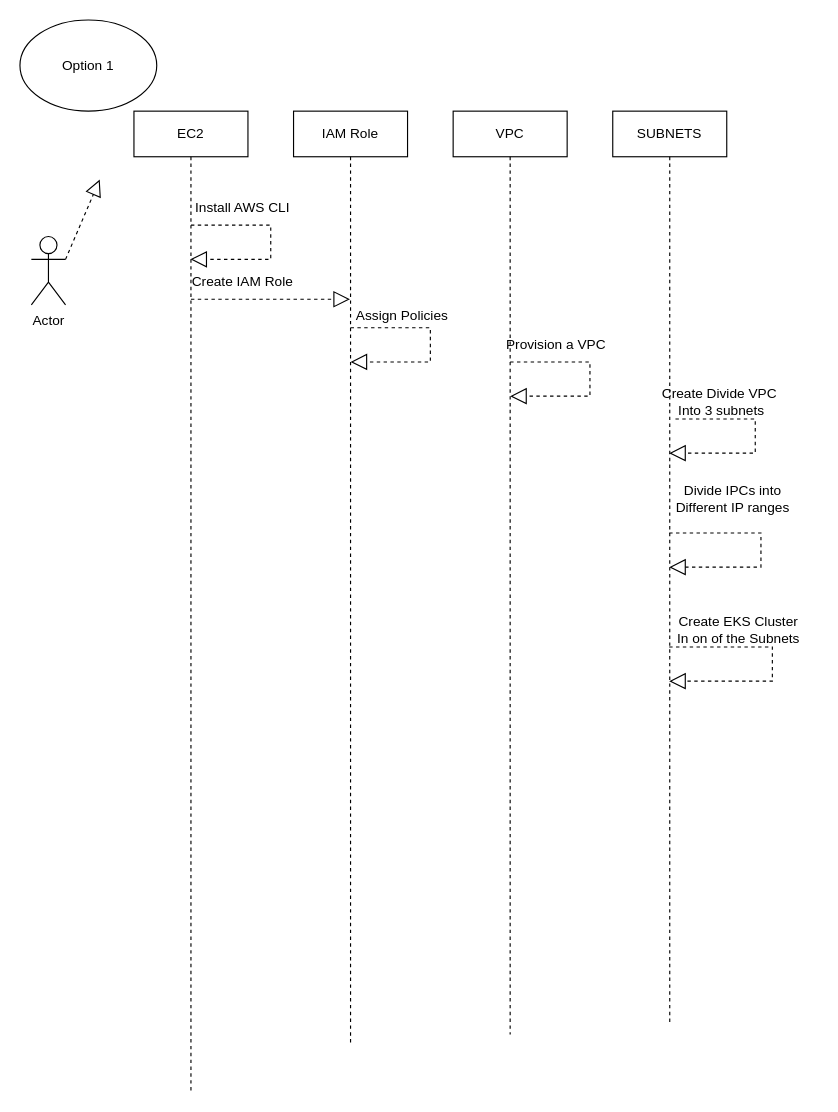
Earlier version of the draw.io diagram EKS001.drawio (ffjabbari/DRAW-IO). Source tidied: cells renumbered, new cells numbered last; positions are measured from the earlier drawing's top-left corner, leaving out a move shared by most shapes. Both pictures are drawn from the tidied source at 114%, with x=0, y=0 at pixel (19, 19).
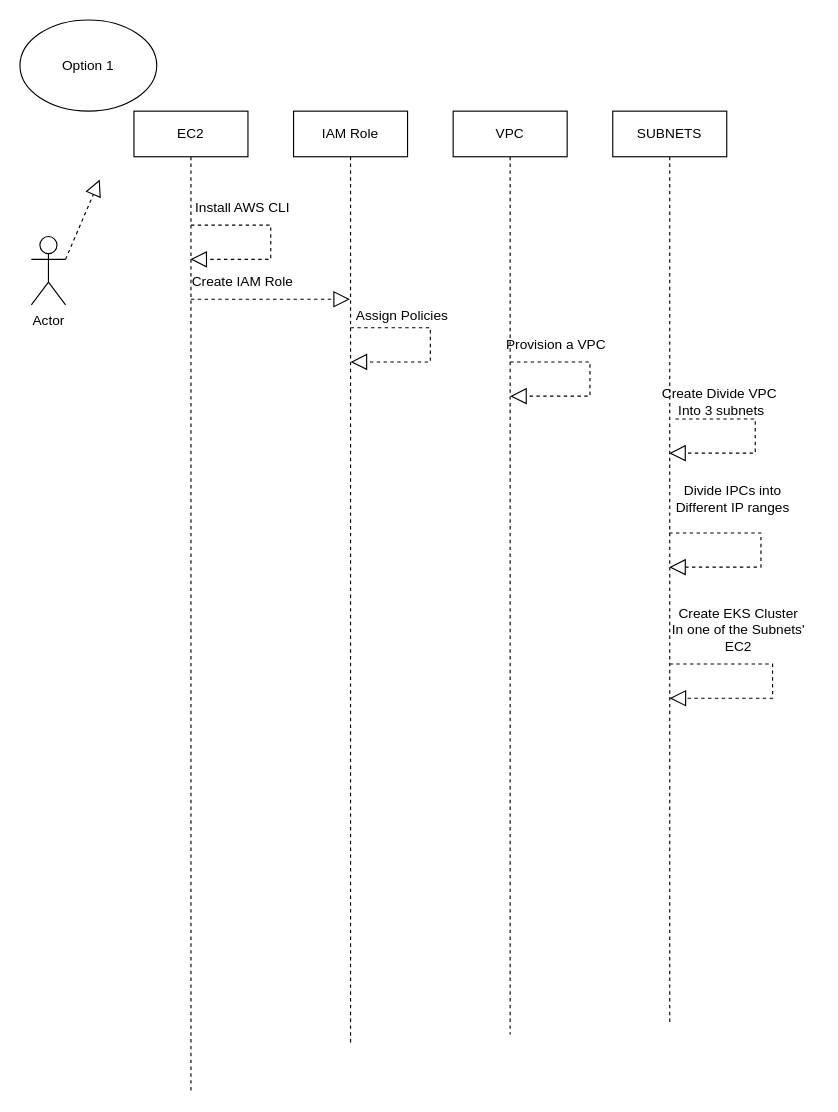
After the change.

Unchanged cells that the change refers to:
```xml
<mxCell id="7" value="SUBNETS" style="shape=umlLifeline;perimeter=lifelinePerimeter;whiteSpace=wrap;html=1;outlineConnect=0;portConstraint=eastwest;newEdgeStyle={&quot;curved&quot;:0,&quot;rounded&quot;:0};" parent="1" vertex="1">
  <mxGeometry x="520" y="80" width="100" height="800" as="geometry" />
</mxCell>
```

The edit, as a diff of the source:
```diff
@@
-    <mxCell id="20" style="endArrow=block;dashed=1;endFill=0;endSize=12;html=1;rounded=0;" parent="1" edge="1" source="7" target="7">
+    <mxCell id="20" style="endArrow=block;dashed=1;endFill=0;endSize=12;html=1;rounded=0;" parent="1" edge="1">
       <mxGeometry relative="1" as="geometry">
+        <mxPoint x="569.8" y="565" as="sourcePoint" />
+        <mxPoint x="569.8" y="595" as="targetPoint" />
         <Array as="points">
-          <mxPoint x="660" y="550" />
-          <mxPoint x="660" y="580" />
+          <mxPoint x="660.2" y="565" />
+          <mxPoint x="660.2" y="595" />
         </Array>
       </mxGeometry>
     </mxCell>
-    <mxCell id="21" value="Create EKS Cluster&lt;br&gt;In on of the Subnets" style="text;html=1;align=center;verticalAlign=middle;strokeColor=none;fillColor=none;" parent="1" vertex="1">
-      <mxGeometry x="565" y="515" width="130" height="40" as="geometry" />
+    <mxCell id="21" value="Create EKS Cluster&lt;br&gt;In one of the Subnets'&lt;br&gt;EC2" style="text;html=1;align=center;verticalAlign=middle;strokeColor=none;fillColor=none;" parent="1" vertex="1">
+      <mxGeometry x="560" y="505" width="140" height="60" as="geometry" />
     </mxCell>
```
